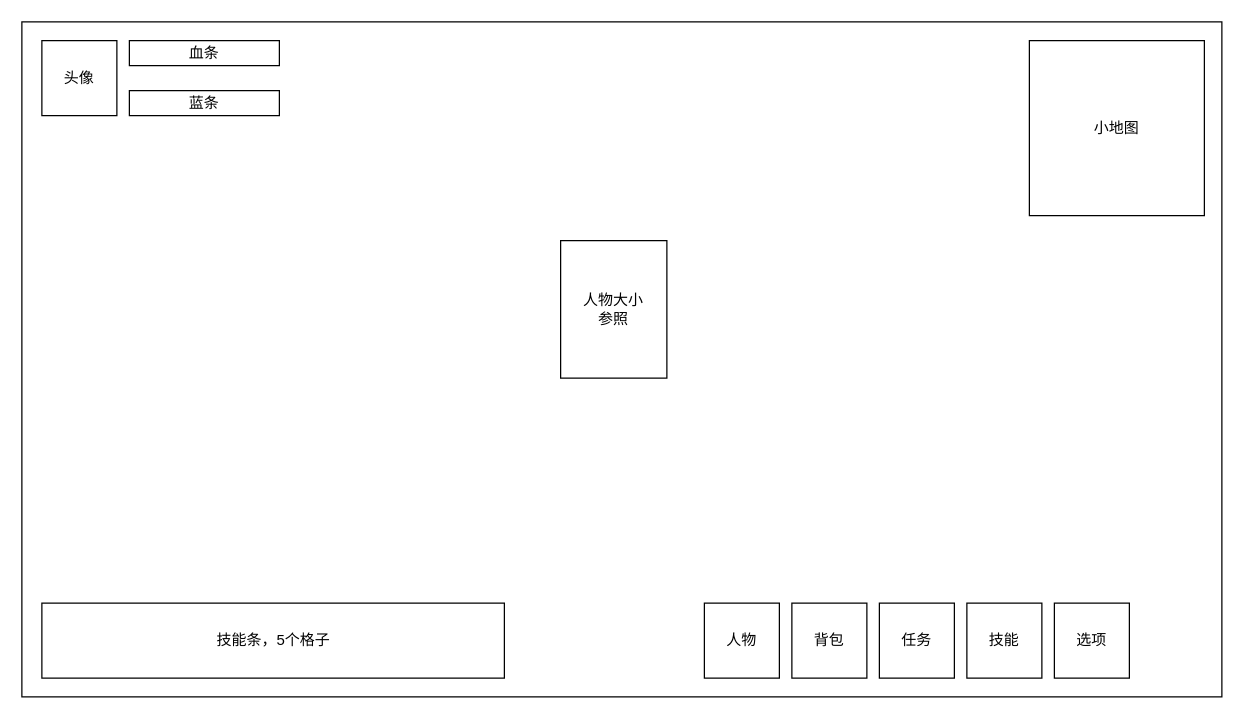
Earlier version of the draw.io diagram ui_design.drawio (ssw940521/archerBackend). Source tidied: cells renumbered, new cells numbered last; positions are measured from the earlier drawing's top-left corner, leaving out a move shared by most shapes. Both pictures are drawn from the tidied source at 125%, with x=0, y=0 at pixel (21, 21).
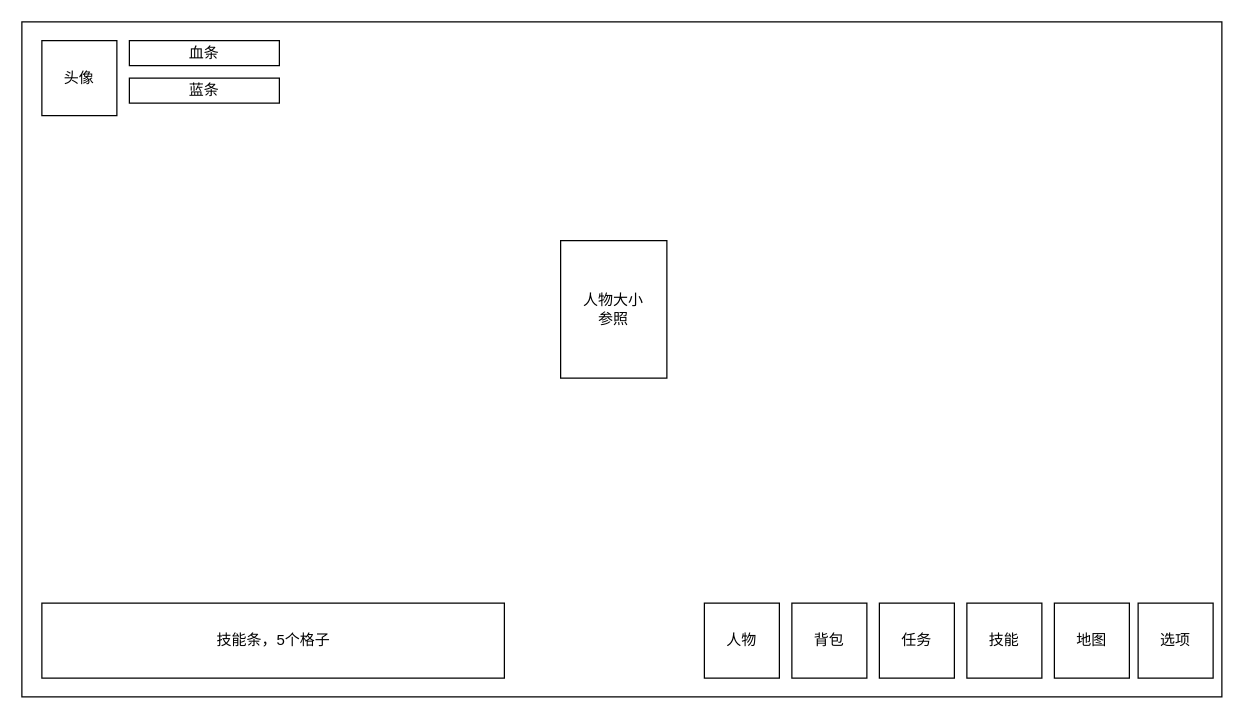
Above is the later version.

Diff of the diagram source:
```diff
@@
     <mxCell id="8" style="group;" parent="1" vertex="1">
-      <mxGeometry x="86" y="50" width="120" height="30" as="geometry" />
+      <mxGeometry x="86" y="40" width="120" height="30" as="geometry" />
     </mxCell>
@@
     <mxCell id="14" value="选项" style="rounded=0;whiteSpace=wrap;html=1;fillColor=none;" parent="1" vertex="1">
-      <mxGeometry x="826" y="465" width="60" height="60" as="geometry" />
+      <mxGeometry x="893" y="465" width="60" height="60" as="geometry" />
     </mxCell>
-    <mxCell id="15" value="小地图" style="rounded=0;whiteSpace=wrap;html=1;" parent="1" vertex="1">
-      <mxGeometry x="806" y="15" width="140" height="140" as="geometry" />
-    </mxCell>
@@
+    <mxCell id="21" value="地图" style="rounded=0;whiteSpace=wrap;html=1;fillColor=none;" parent="1" vertex="1">
+      <mxGeometry x="826" y="465" width="60" height="60" as="geometry" />
+    </mxCell>
```
